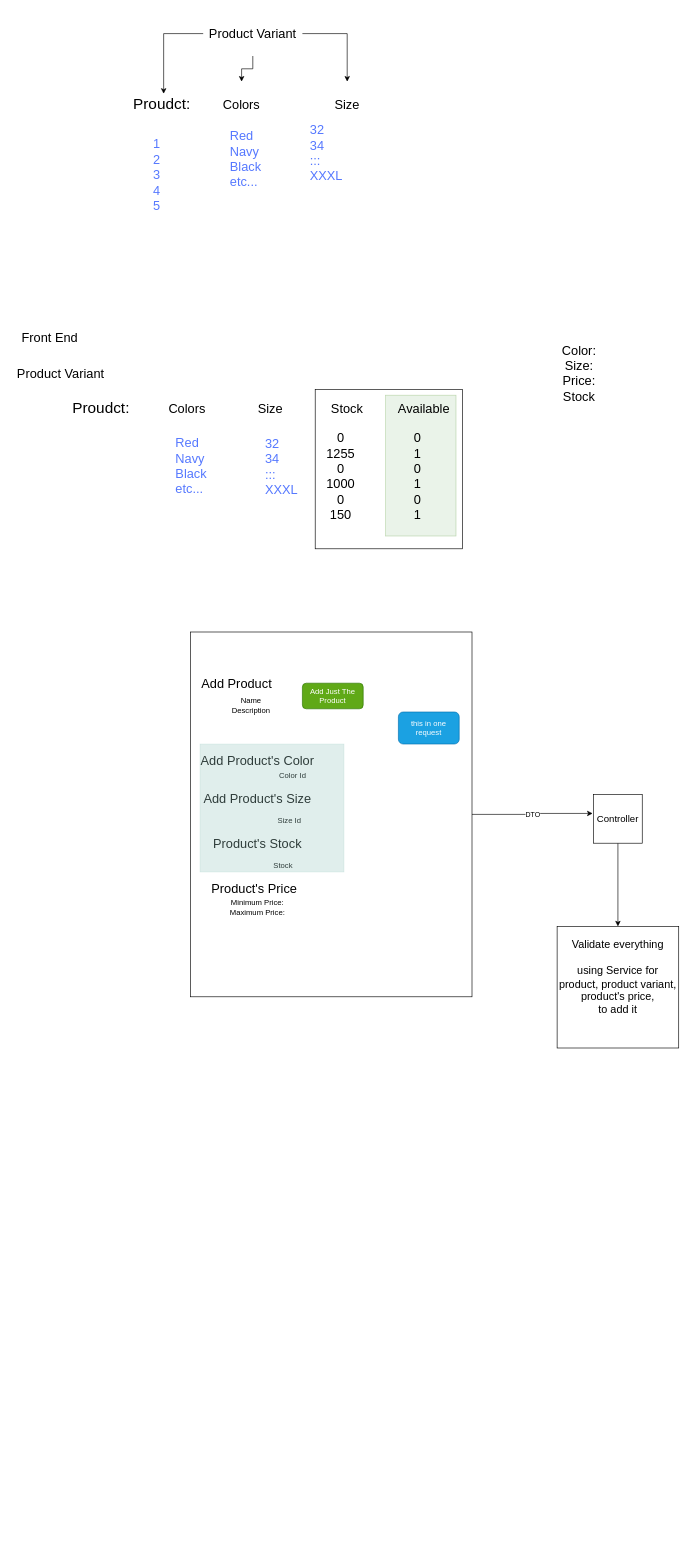
The draw.io diagram page "Adding Product Feature" (5 of 5) of Kemet.drawio in MustaphaAlaa/Kemet, before the edit. Source tidied: cells renumbered, new cells numbered last; positions are measured from the earlier drawing's top-left corner, leaving out a move shared by most shapes. Both pictures are drawn from the tidied source at 64%, with x=0, y=0 at pixel (11, 11).
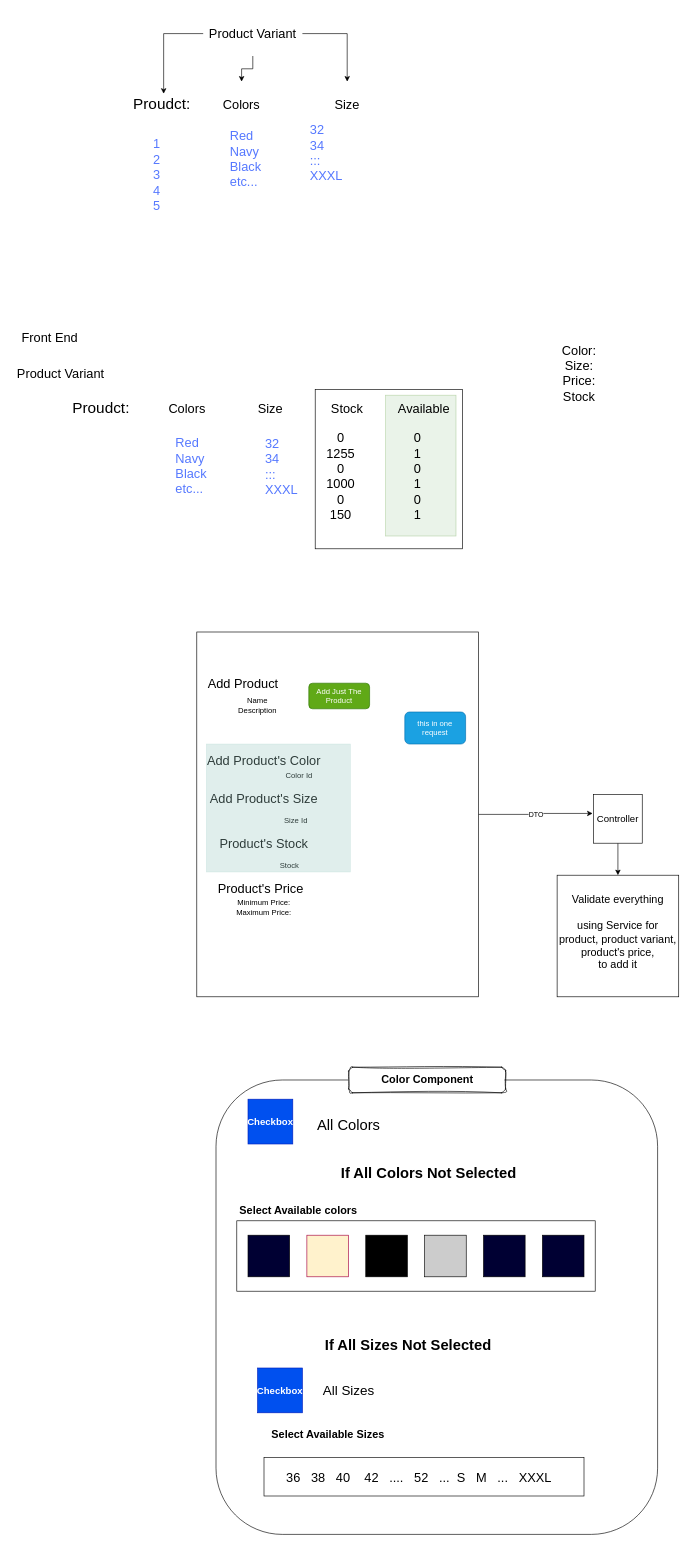
After the change.

What changed in the source:
```diff
@@
     <mxCell id="29" style="group;" parent="1" vertex="1">
-      <mxGeometry x="280" y="970" width="440" height="570" as="geometry" />
+      <mxGeometry x="290" y="970" width="440" height="570" as="geometry" />
     </mxCell>
@@
     <mxCell id="44" style="whiteSpace=wrap;html=1;fontSize=15;" parent="1" vertex="1">
-      <mxGeometry x="853" y="1430" width="190" height="190" as="geometry" />
+      <mxGeometry x="853" y="1350" width="190" height="190" as="geometry" />
     </mxCell>
     <mxCell id="45" value="Validate everything&lt;div&gt;&lt;br&gt;&lt;/div&gt;&lt;div&gt;using Service for product, product variant, product's price,&lt;/div&gt;&lt;div&gt;to add it&lt;/div&gt;" style="text;html=1;align=center;verticalAlign=middle;whiteSpace=wrap;rounded=0;fontSize=17;" parent="1" vertex="1">
-      <mxGeometry x="853" y="1440" width="190" height="140" as="geometry" />
+      <mxGeometry x="853" y="1370" width="190" height="140" as="geometry" />
     </mxCell>
+    <mxCell id="46" style="rounded=1;whiteSpace=wrap;html=1;" parent="1" vertex="1">
+      <mxGeometry x="320" y="1670" width="690" height="710" as="geometry" />
+    </mxCell>
+    <mxCell id="47" value="Checkbox" style="whiteSpace=wrap;html=1;fillColor=#0050ef;fontColor=#ffffff;strokeColor=#001DBC;fontSize=15;fontStyle=1;spacingTop=0;" parent="1" vertex="1">
+      <mxGeometry x="370" y="1700" width="70" height="70" as="geometry" />
+    </mxCell>
+    <mxCell id="48" value="Checkbox" style="whiteSpace=wrap;html=1;fillColor=#0050ef;fontColor=#ffffff;strokeColor=#001DBC;fontSize=15;fontStyle=1;spacingTop=0;" parent="1" vertex="1">
+      <mxGeometry x="385" y="2120" width="70" height="70" as="geometry" />
+    </mxCell>
+    <mxCell id="49" value="&lt;font style=&quot;font-size: 23px;&quot;&gt;All Colors&lt;/font&gt;" style="text;html=1;align=center;verticalAlign=middle;whiteSpace=wrap;rounded=0;" parent="1" vertex="1">
+      <mxGeometry x="465" y="1720" width="125" height="40" as="geometry" />
+    </mxCell>
+    <mxCell id="50" value="&lt;font style=&quot;font-size: 21px;&quot;&gt;All Sizes&lt;/font&gt;" style="text;html=1;align=center;verticalAlign=middle;whiteSpace=wrap;rounded=0;" parent="1" vertex="1">
+      <mxGeometry x="475" y="2140" width="105" height="30" as="geometry" />
+    </mxCell>
+    <mxCell id="51" style="rounded=0;whiteSpace=wrap;html=1;" parent="1" vertex="1">
+      <mxGeometry x="395" y="2260" width="500" height="60" as="geometry" />
+    </mxCell>
+    <mxCell id="52" value="&lt;b&gt;&lt;font style=&quot;font-size: 23px;&quot;&gt;If All Colors Not Selected&lt;/font&gt;&lt;/b&gt;" style="text;html=1;align=center;verticalAlign=middle;whiteSpace=wrap;rounded=0;" parent="1" vertex="1">
+      <mxGeometry x="360" y="1800" width="585" height="30" as="geometry" />
+    </mxCell>
+    <mxCell id="53" style="group;" parent="1" vertex="1">
+      <mxGeometry x="352.5" y="1890" width="560" height="110" as="geometry" />
+    </mxCell>
+    <mxCell id="54" style="rounded=0;whiteSpace=wrap;html=1;" parent="53" vertex="1">
+      <mxGeometry width="560" height="110" as="geometry" />
+    </mxCell>
+    <mxCell id="55" style="whiteSpace=wrap;html=1;fillColor=#FFF2CC;strokeColor=#A50040;fontColor=#ffffff;" parent="53" vertex="1">
+      <mxGeometry x="109.5" y="22.5" width="65" height="65" as="geometry" />
+    </mxCell>
+    <mxCell id="56" style="whiteSpace=wrap;html=1;fillColor=#000000;" parent="53" vertex="1">
+      <mxGeometry x="201.5" y="22.5" width="65" height="65" as="geometry" />
+    </mxCell>
+    <mxCell id="57" style="whiteSpace=wrap;html=1;fillColor=#000033;" parent="53" vertex="1">
+      <mxGeometry x="385.5" y="22.5" width="65" height="65" as="geometry" />
+    </mxCell>
+    <mxCell id="58" style="whiteSpace=wrap;html=1;fillColor=#000033;" parent="53" vertex="1">
+      <mxGeometry x="477.5" y="22.5" width="65" height="65" as="geometry" />
+    </mxCell>
+    <mxCell id="59" style="whiteSpace=wrap;html=1;fillColor=#CCCCCC;" parent="53" vertex="1">
+      <mxGeometry x="293.5" y="22.5" width="65" height="65" as="geometry" />
+    </mxCell>
+    <mxCell id="60" style="whiteSpace=wrap;html=1;fillColor=#000033;" parent="53" vertex="1">
+      <mxGeometry x="17.5" y="22.5" width="65" height="65" as="geometry" />
+    </mxCell>
+    <mxCell id="61" value="&lt;b&gt;&lt;font style=&quot;font-size: 17px;&quot;&gt;Select Available colors&lt;/font&gt;&lt;/b&gt;" style="text;html=1;align=left;verticalAlign=middle;whiteSpace=wrap;rounded=0;" parent="1" vertex="1">
+      <mxGeometry x="355" y="1860" width="300" height="30" as="geometry" />
+    </mxCell>
+    <mxCell id="62" value="&lt;b&gt;&lt;font style=&quot;font-size: 23px;&quot;&gt;If All Sizes Not Selected&lt;/font&gt;&lt;/b&gt;" style="text;html=1;align=center;verticalAlign=middle;whiteSpace=wrap;rounded=0;" parent="1" vertex="1">
+      <mxGeometry x="327.5" y="2070" width="585" height="30" as="geometry" />
+    </mxCell>
+    <mxCell id="63" value="&lt;b&gt;&lt;font style=&quot;font-size: 17px;&quot;&gt;Select Available Sizes&lt;/font&gt;&lt;/b&gt;" style="text;html=1;align=left;verticalAlign=middle;whiteSpace=wrap;rounded=0;" parent="1" vertex="1">
+      <mxGeometry x="405" y="2210" width="300" height="30" as="geometry" />
+    </mxCell>
+    <mxCell id="64" value="&lt;font style=&quot;font-size: 20px;&quot;&gt;36&amp;nbsp; &amp;nbsp;38&amp;nbsp; &amp;nbsp;40&amp;nbsp; &amp;nbsp; 42&amp;nbsp; &amp;nbsp;....&amp;nbsp; &amp;nbsp;52&amp;nbsp; &amp;nbsp;...&amp;nbsp; S&amp;nbsp; &amp;nbsp;M&amp;nbsp; &amp;nbsp;...&amp;nbsp; &amp;nbsp;XXXL&amp;nbsp;&lt;/font&gt;" style="text;html=1;align=center;verticalAlign=middle;whiteSpace=wrap;rounded=0;" parent="1" vertex="1">
+      <mxGeometry x="420" y="2275" width="440" height="30" as="geometry" />
+    </mxCell>
+    <mxCell id="65" value="&lt;font style=&quot;font-size: 17px;&quot;&gt;&lt;b&gt;Color Component&lt;/b&gt;&lt;/font&gt;" style="rounded=1;whiteSpace=wrap;html=1;align=center;glass=0;sketch=1;curveFitting=1;jiggle=2;" parent="1" vertex="1">
+      <mxGeometry x="527.5" y="1650" width="245" height="40" as="geometry" />
+    </mxCell>
```
